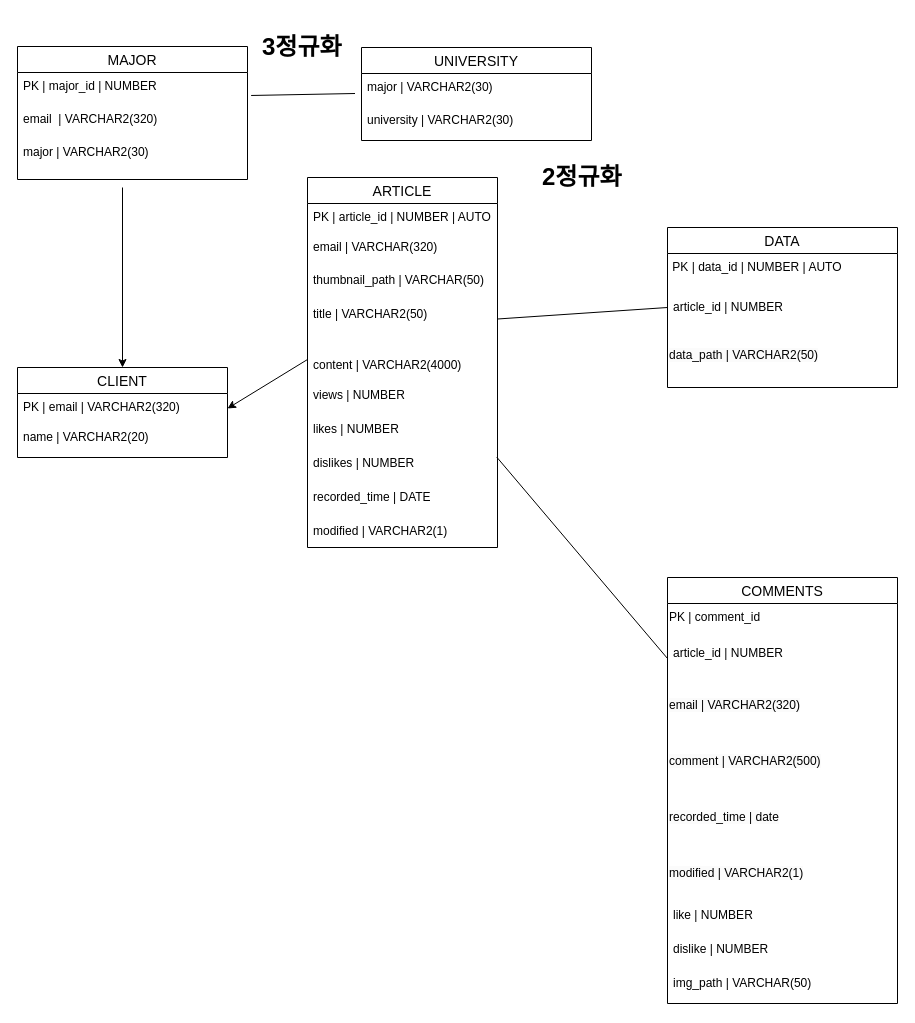
The draw.io diagram 다이어그램.drawio in creepereye1204/DATABASE, before the edit. Source tidied: cells renumbered, new cells numbered last; positions are measured from the earlier drawing's top-left corner, leaving out a move shared by most shapes. Both pictures are drawn from the tidied source at 100%, with x=0, y=0 at pixel (17, 27).
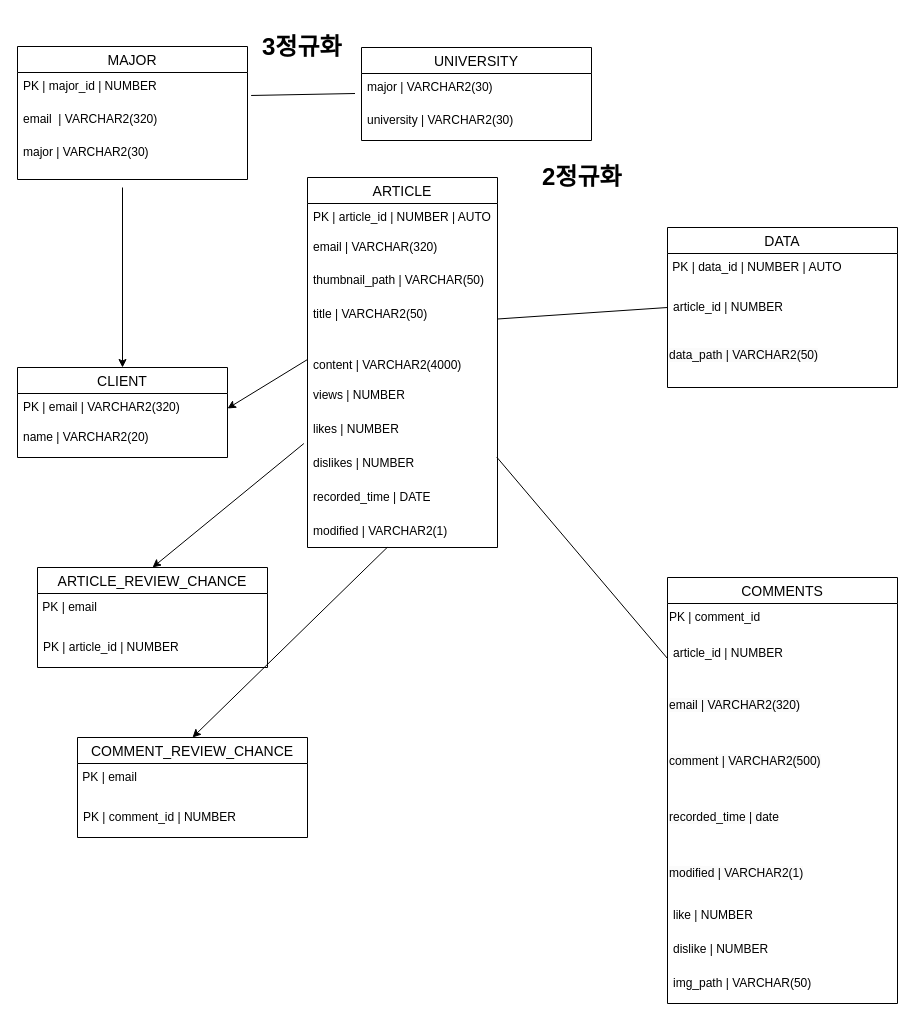
The same page after the edit.

Commit message:
다이어그램.drawio 업데이트

Unchanged cells that the change refers to:
```xml
<mxCell id="13" value="dislikes | NUMBER" style="text;strokeColor=none;fillColor=none;spacingLeft=4;spacingRight=4;overflow=hidden;points=[[0,0.5],[1,0.5]];portConstraint=eastwest;fontSize=12;whiteSpace=wrap;html=1;" parent="5" vertex="1">
  <mxGeometry y="272" width="190" height="34" as="geometry" />
</mxCell>
<mxCell id="15" value="modified | VARCHAR2(1)" style="text;strokeColor=none;fillColor=none;spacingLeft=4;spacingRight=4;overflow=hidden;points=[[0,0.5],[1,0.5]];portConstraint=eastwest;fontSize=12;whiteSpace=wrap;html=1;" parent="5" vertex="1">
  <mxGeometry y="340" width="190" height="30" as="geometry" />
</mxCell>
```

Change to the diagram source:
```diff
@@
+    <mxCell id="44" value="ARTICLE_REVIEW_CHANCE" style="swimlane;fontStyle=0;horizontal=1;startSize=26;align=center;fontSize=14;" parent="1" vertex="1">
+      <mxGeometry x="20" y="540" width="230" height="100" as="geometry" />
+    </mxCell>
+    <mxCell id="45" value="&amp;nbsp;PK | email" style="text;whiteSpace=wrap;html=1;" parent="44" vertex="1">
+      <mxGeometry y="26" width="230" height="40" as="geometry" />
+    </mxCell>
+    <mxCell id="46" value="PK | article_id | NUMBER" style="text;strokeColor=none;fillColor=none;spacingLeft=4;spacingRight=4;overflow=hidden;fontSize=12;whiteSpace=wrap;html=1;" parent="44" vertex="1">
+      <mxGeometry y="66" width="230" height="34" as="geometry" />
+    </mxCell>
+    <mxCell id="47" value="COMMENT_REVIEW_CHANCE" style="swimlane;fontStyle=0;horizontal=1;startSize=26;align=center;fontSize=14;" parent="1" vertex="1">
+      <mxGeometry x="60" y="710" width="230" height="100" as="geometry" />
+    </mxCell>
+    <mxCell id="48" value="&amp;nbsp;PK | email" style="text;whiteSpace=wrap;html=1;" parent="47" vertex="1">
+      <mxGeometry y="26" width="230" height="40" as="geometry" />
+    </mxCell>
+    <mxCell id="49" value="PK | comment_id | NUMBER" style="text;strokeColor=none;fillColor=none;spacingLeft=4;spacingRight=4;overflow=hidden;fontSize=12;whiteSpace=wrap;html=1;" parent="47" vertex="1">
+      <mxGeometry y="66" width="230" height="34" as="geometry" />
+    </mxCell>
+    <mxCell id="50" style="endArrow=classic;html=1;rounded=0;exitX=-0.019;exitY=-0.176;exitDx=0;exitDy=0;exitPerimeter=0;entryX=0.5;entryY=0;entryDx=0;entryDy=0;" parent="1" edge="1" source="13" target="44">
+      <mxGeometry relative="1" as="geometry" />
+    </mxCell>
+    <mxCell id="51" style="endArrow=classic;html=1;rounded=0;entryX=0.5;entryY=0;entryDx=0;entryDy=0;" parent="1" edge="1" source="15" target="47">
+      <mxGeometry relative="1" as="geometry" />
+    </mxCell>
```
